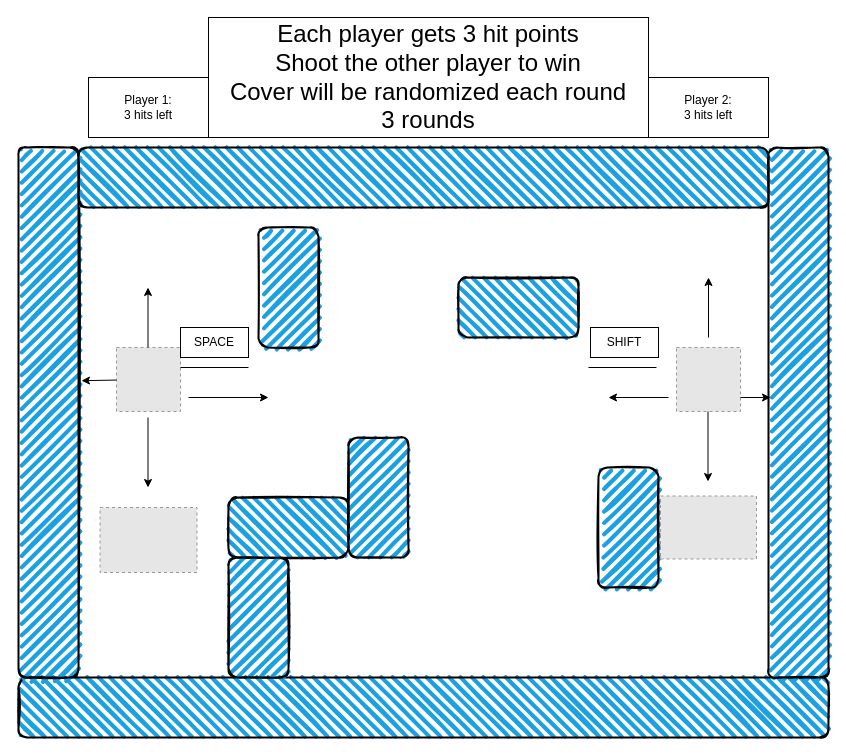
Earlier version of the draw.io diagram Untitled Diagram.drawio (Oij13/Tank-Game). Source tidied: cells renumbered, new cells numbered last; positions are measured from the earlier drawing's top-left corner, leaving out a move shared by most shapes. Both pictures are drawn from the tidied source at 100%, with x=0, y=0 at pixel (18, 17). Pictures stored in the file or linked from it are replaced by grey dashed boxes.
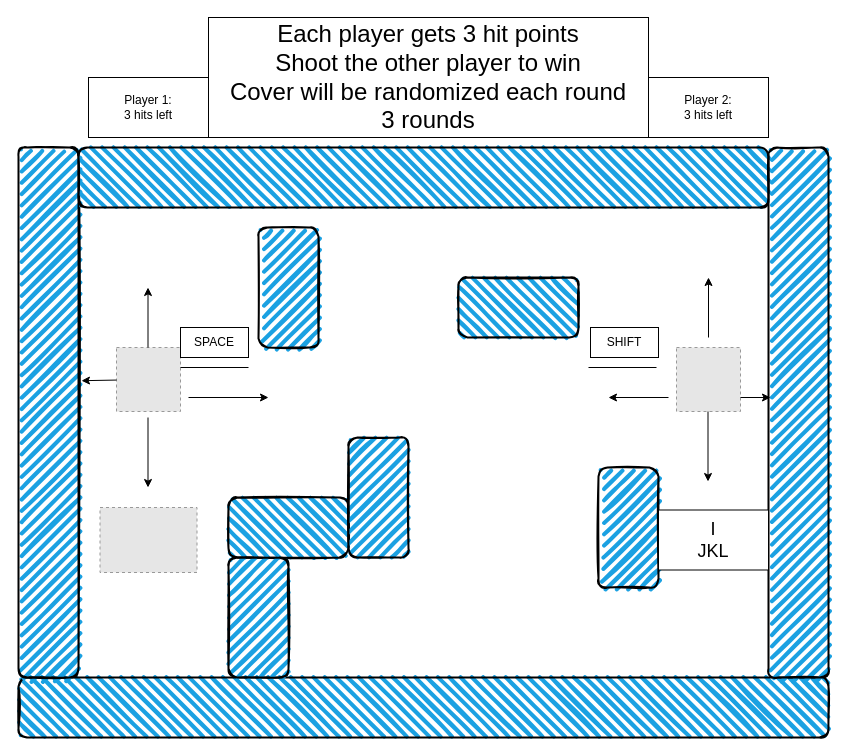
Above is the later version.

Diff of the diagram source:
```diff
@@
-    <mxCell id="26" style="fillColor=#E6E6E6;strokeColor=#999999;dashed=1;verticalLabelPosition=bottom;verticalAlign=top;" parent="1" vertex="1">
-      <mxGeometry x="642" y="478.5" width="96" height="63" as="geometry" />
-    </mxCell>
@@
+    <mxCell id="31" value="&lt;font style=&quot;font-size: 18px;&quot;&gt;I&lt;/font&gt;&lt;div&gt;&lt;font style=&quot;font-size: 18px;&quot;&gt;JKL&lt;/font&gt;&lt;/div&gt;" style="rounded=0;whiteSpace=wrap;html=1;" parent="1" vertex="1">
+      <mxGeometry x="640" y="492.5" width="110" height="60" as="geometry" />
+    </mxCell>
```
